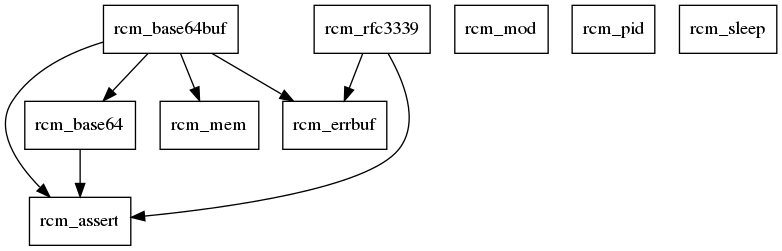
The Graphviz diagram docs/module_deps.png in librcm/librcm, before a commit. Its source is kept beside it as docs/module_deps.dot.
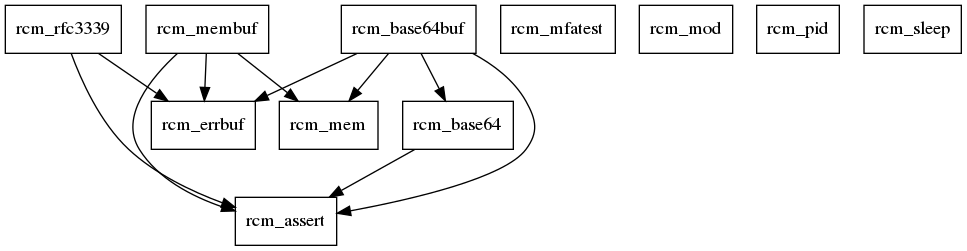
Above is the later version.

Diff of the diagram source:
```diff
@@ -4,6 +4,8 @@
   rcm_base64buf [shape=box]
   rcm_errbuf [shape=box]
   rcm_mem [shape=box]
+  rcm_membuf [shape=box]
+  rcm_mfatest [shape=box]
   rcm_mod [shape=box]
   rcm_pid [shape=box]
   rcm_rfc3339 [shape=box]
@@ -13,6 +15,9 @@
   rcm_base64buf -> rcm_base64
   rcm_base64buf -> rcm_errbuf
   rcm_base64buf -> rcm_mem
+  rcm_membuf -> rcm_assert
+  rcm_membuf -> rcm_errbuf
+  rcm_membuf -> rcm_mem
   rcm_rfc3339 -> rcm_assert
   rcm_rfc3339 -> rcm_errbuf
 }
```
